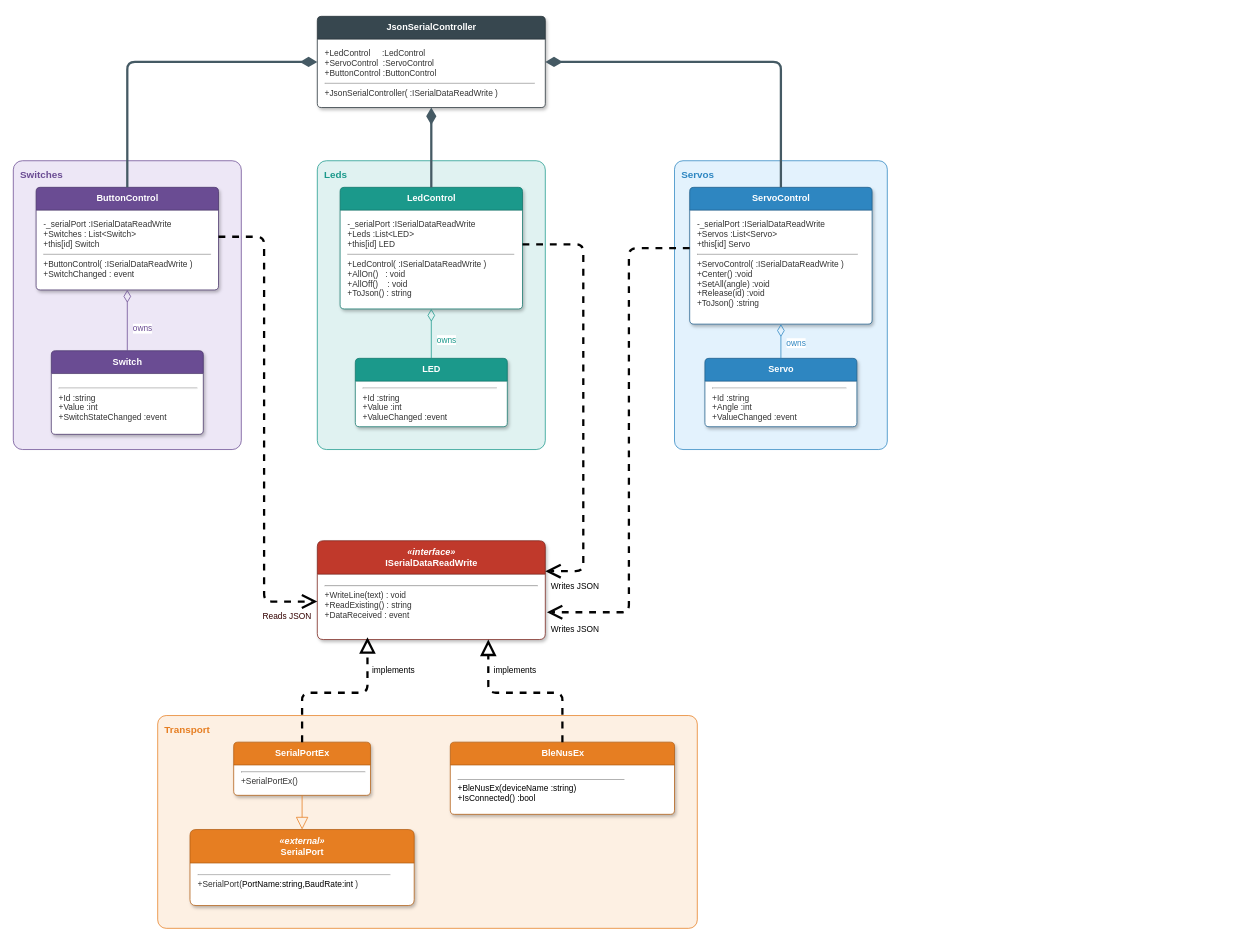
This is SerialLedBtnLibEx/Images/ClassDiagram.drawio from rlangoy/PB1151vSnippets, a draw.io file, before an edit. Source tidied: cells renumbered, new cells numbered last; positions are measured from the earlier drawing's top-left corner, leaving out a move shared by most shapes. Both pictures are drawn from the tidied source at 76%, with x=0, y=0 at pixel (13, 16).
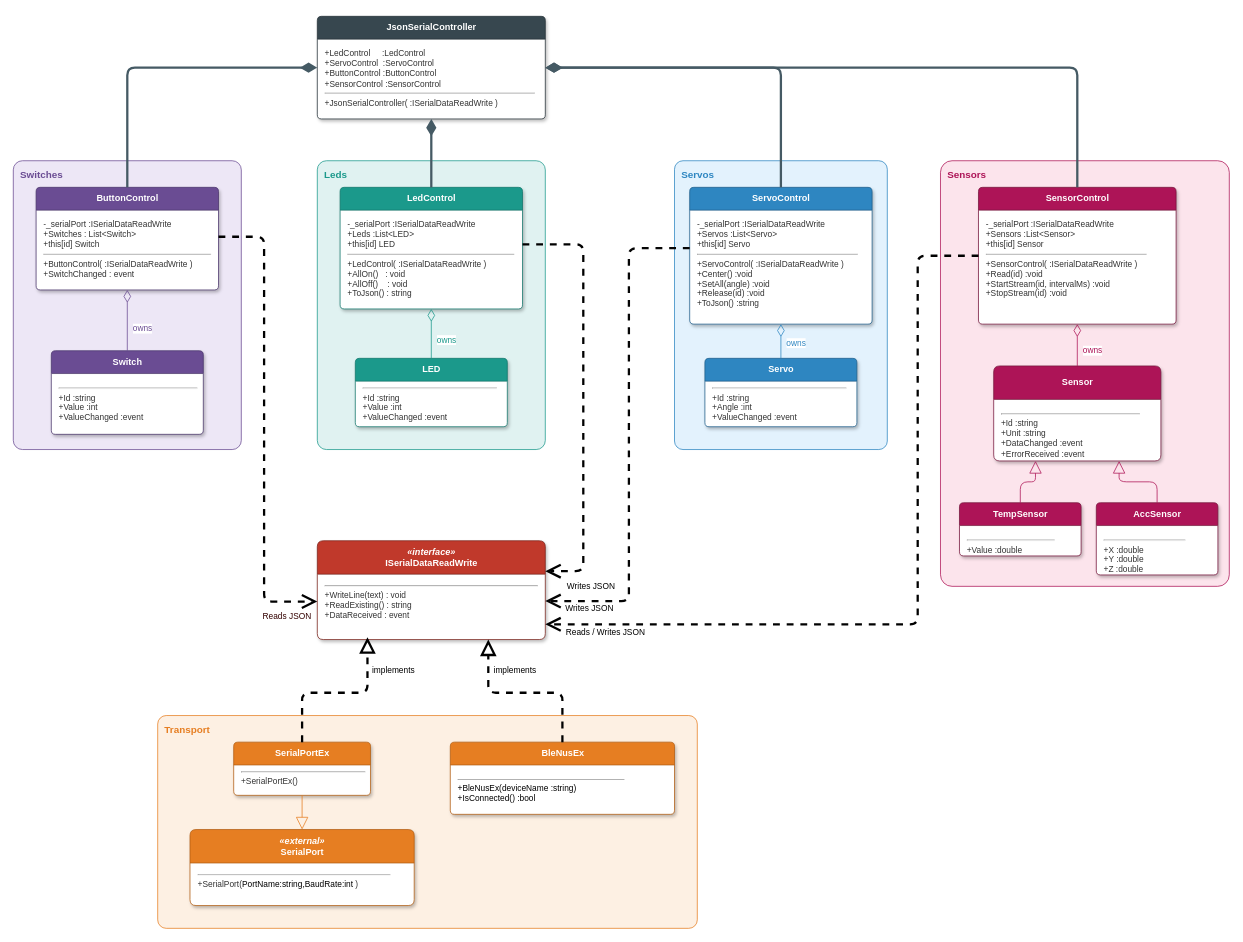
The same diagram, later.

Commit message (it also covers changes not shown here):
Rename sensor event to DataChanged and fix serial receive data loss

The change refers to these unchanged cells:
```xml
<mxCell id="10" value="Switch" style="swimlane;rounded=1;arcSize=6;html=1;startSize=30;fillColor=#6A4C93;strokeColor=#4A356B;fontColor=#ffffff;fontStyle=1;fontSize=12;align=center;verticalAlign=middle;swimlaneFillColor=#ffffff;shadow=1;" parent="1" vertex="1">
  <mxGeometry x="50" y="440" width="200" height="110" as="geometry" />
</mxCell>
<mxCell id="12" value="LedControl" style="swimlane;rounded=1;arcSize=6;html=1;startSize=30;fillColor=#1B998B;strokeColor=#12766B;fontColor=#ffffff;fontStyle=1;fontSize=12;align=center;verticalAlign=middle;swimlaneFillColor=#ffffff;shadow=1;" parent="1" vertex="1">
  <mxGeometry x="430" y="225" width="240" height="160" as="geometry" />
</mxCell>
<mxCell id="16" value="ServoControl" style="swimlane;rounded=1;arcSize=6;html=1;startSize=30;fillColor=#2E86C1;strokeColor=#1F5F8B;fontColor=#ffffff;fontStyle=1;fontSize=12;align=center;verticalAlign=middle;swimlaneFillColor=#ffffff;shadow=1;" parent="1" vertex="1">
  <mxGeometry x="890" y="225" width="240" height="180" as="geometry" />
</mxCell>
<mxCell id="26" value="&lt;i&gt;«interface»&lt;/i&gt;&lt;br&gt;ISerialDataReadWrite" style="swimlane;rounded=1;arcSize=6;html=1;startSize=44;fillColor=#C0392B;strokeColor=#7B241C;fontColor=#ffffff;fontStyle=1;fontSize=12;align=center;verticalAlign=middle;swimlaneFillColor=#ffffff;shadow=1;" parent="1" vertex="1">
  <mxGeometry x="400" y="690" width="300" height="130" as="geometry" />
</mxCell>
<mxCell id="27" value="&lt;hr&gt;+WriteLine(text) : void&amp;nbsp; &amp;nbsp; &amp;nbsp; &amp;nbsp; &amp;nbsp; &amp;nbsp; &amp;nbsp; &amp;nbsp; &amp;nbsp; &amp;nbsp; &amp;nbsp; &amp;nbsp; &amp;nbsp; &amp;nbsp; &amp;nbsp; &amp;nbsp; &amp;nbsp; &amp;nbsp; &amp;nbsp; &amp;nbsp; &amp;nbsp; &amp;nbsp; &amp;nbsp; &amp;nbsp; &amp;nbsp; &amp;nbsp; &amp;nbsp; &amp;nbsp; &amp;nbsp;&lt;br&gt;+ReadExisting() : string&lt;br&gt;+DataReceived : event" style="text;html=1;whiteSpace=wrap;align=left;verticalAlign=top;spacingLeft=8;spacingTop=6;spacingRight=6;fillColor=none;strokeColor=none;fontColor=#333333;fontSize=11;overflow=hidden;" parent="26" vertex="1">
  <mxGeometry y="40" width="300" height="90" as="geometry" />
</mxCell>
```

Change to the diagram source:
```diff
@@
     <mxCell id="6" value="JsonSerialController" style="swimlane;rounded=1;arcSize=6;html=1;startSize=30;fillColor=#37474F;strokeColor=#263238;fontColor=#ffffff;fontStyle=1;fontSize=12;align=center;verticalAlign=middle;swimlaneFillColor=#ffffff;shadow=1;" parent="1" vertex="1">
-      <mxGeometry x="400" width="300" height="120" as="geometry" />
+      <mxGeometry x="400" width="300" height="135" as="geometry" />
     </mxCell>
-    <mxCell id="7" value="+LedControl&amp;nbsp; &amp;nbsp; &amp;nbsp;:LedControl&lt;br&gt;+ServoControl&amp;nbsp; :ServoControl&lt;br&gt;+ButtonControl :ButtonControl&lt;hr size=&quot;&quot;&gt;+JsonSerialController( :ISerialDataReadWrite&amp;nbsp;)&amp;nbsp; &amp;nbsp; &amp;nbsp; &amp;nbsp; &amp;nbsp; &amp;nbsp; &amp;nbsp; &amp;nbsp;&amp;nbsp;" style="text;html=1;whiteSpace=wrap;align=left;verticalAlign=top;spacingLeft=8;spacingTop=6;spacingRight=6;fillColor=none;strokeColor=none;fontColor=#333333;fontSize=11;overflow=hidden;" parent="6" vertex="1">
-      <mxGeometry y="30" width="300" height="90" as="geometry" />
+    <mxCell id="7" value="+LedControl&amp;nbsp; &amp;nbsp; &amp;nbsp;:LedControl&lt;br&gt;+ServoControl&amp;nbsp; :ServoControl&lt;br&gt;+ButtonControl :ButtonControl&lt;br&gt;+SensorControl :SensorControl&lt;hr size=&quot;&quot;&gt;+JsonSerialController( :ISerialDataReadWrite&amp;nbsp;)&amp;nbsp; &amp;nbsp; &amp;nbsp; &amp;nbsp; &amp;nbsp; &amp;nbsp; &amp;nbsp; &amp;nbsp;&amp;nbsp;" style="text;html=1;whiteSpace=wrap;align=left;verticalAlign=top;spacingLeft=8;spacingTop=6;spacingRight=6;fillColor=none;strokeColor=none;fontColor=#333333;fontSize=11;overflow=hidden;" parent="6" vertex="1">
+      <mxGeometry y="30" width="300" height="105" as="geometry" />
     </mxCell>
@@
-    <mxCell id="11" value="&lt;hr&gt;+Id :string&amp;nbsp; &amp;nbsp; &amp;nbsp; &amp;nbsp; &amp;nbsp; &amp;nbsp; &amp;nbsp; &amp;nbsp; &amp;nbsp; &amp;nbsp; &amp;nbsp; &amp;nbsp; &amp;nbsp; &amp;nbsp; &amp;nbsp; &amp;nbsp; &amp;nbsp; &amp;nbsp; &amp;nbsp; &amp;nbsp; &amp;nbsp; &amp;nbsp;&amp;nbsp;&lt;br&gt;+Value :int&lt;br&gt;+SwitchStateChanged :event" style="text;html=1;whiteSpace=wrap;align=left;verticalAlign=top;spacingLeft=8;spacingTop=6;spacingRight=6;fillColor=none;strokeColor=none;fontColor=#333333;fontSize=11;overflow=hidden;" parent="10" vertex="1">
+    <mxCell id="11" value="&lt;hr&gt;+Id :string&amp;nbsp; &amp;nbsp; &amp;nbsp; &amp;nbsp; &amp;nbsp; &amp;nbsp; &amp;nbsp; &amp;nbsp; &amp;nbsp; &amp;nbsp; &amp;nbsp; &amp;nbsp; &amp;nbsp; &amp;nbsp; &amp;nbsp; &amp;nbsp; &amp;nbsp; &amp;nbsp; &amp;nbsp; &amp;nbsp; &amp;nbsp; &amp;nbsp;&amp;nbsp;&lt;br&gt;+Value :int&lt;br&gt;+ValueChanged&lt;span style=&quot;background-color: initial;&quot;&gt;&amp;nbsp;:event&lt;/span&gt;" style="text;html=1;whiteSpace=wrap;align=left;verticalAlign=top;spacingLeft=8;spacingTop=6;spacingRight=6;fillColor=none;strokeColor=none;fontColor=#333333;fontSize=11;overflow=hidden;" parent="10" vertex="1">
       <mxGeometry y="30" width="200" height="80" as="geometry" />
     </mxCell>
@@
     <mxCell id="35" value="Writes JSON" style="endArrow=open;dashed=1;html=1;edgeStyle=orthogonalEdgeStyle;rounded=1;strokeColor=#000000;fontColor=#000000;fillColor=#76608a;strokeWidth=3;entryX=1;entryY=0.308;entryDx=0;entryDy=0;entryPerimeter=0;endSize=14;" parent="1" edge="1" source="12" target="26">
-      <mxGeometry x="0.86" y="20" relative="1" as="geometry">
+      <mxGeometry x="0.82" y="22" relative="1" as="geometry">
         <Array as="points">
           <mxPoint x="750" y="300" />
           <mxPoint x="750" y="730" />
         </Array>
+        <mxPoint x="10" y="-2" as="offset" />
       </mxGeometry>
     </mxCell>
-    <mxCell id="36" value="Writes JSON" style="endArrow=open;dashed=1;html=1;edgeStyle=orthogonalEdgeStyle;rounded=1;strokeColor=#050505;fontColor=#000000;strokeWidth=3;endSize=14;entryX=1.007;entryY=0.601;entryDx=0;entryDy=0;entryPerimeter=0;" parent="1" edge="1" source="16" target="27">
-      <mxGeometry x="0.89" y="22" relative="1" as="geometry">
+    <mxCell id="36" value="Writes JSON" style="endArrow=open;dashed=1;html=1;edgeStyle=orthogonalEdgeStyle;rounded=1;strokeColor=#050505;fontColor=#000000;strokeWidth=3;endSize=14;entryX=1;entryY=0.438;entryDx=0;entryDy=0;entryPerimeter=0;" parent="1" edge="1" source="16" target="27">
+      <mxGeometry x="0.82" y="10" relative="1" as="geometry">
         <Array as="points">
           <mxPoint x="810" y="305" />
-          <mxPoint x="810" y="784" />
-          <mxPoint x="702" y="784" />
+          <mxPoint x="810" y="770" />
+          <mxPoint x="700" y="770" />
         </Array>
       </mxGeometry>
     </mxCell>
@@
+    <mxCell id="40" value="&amp;nbsp; Sensors" style="rounded=1;arcSize=4;html=1;verticalAlign=top;align=left;fontStyle=1;fontSize=13;fillColor=#FCE4EC;strokeColor=#AD1457;fontColor=#AD1457;dashed=0;spacingTop=4;" parent="1" vertex="1">
+      <mxGeometry x="1220" y="190" width="380" height="560" as="geometry" />
+    </mxCell>
+    <mxCell id="41" value="SensorControl" style="swimlane;rounded=1;arcSize=6;html=1;startSize=30;fillColor=#AD1457;strokeColor=#78173E;fontColor=#ffffff;fontStyle=1;fontSize=12;align=center;verticalAlign=middle;swimlaneFillColor=#ffffff;shadow=1;" parent="1" vertex="1">
+      <mxGeometry x="1270" y="225" width="260" height="180" as="geometry" />
+    </mxCell>
+    <mxCell id="42" value="-_serialPort :ISerialDataReadWrite&lt;br&gt;+Sensors :List&amp;lt;Sensor&amp;gt;&lt;br&gt;+this[id] Sensor&lt;hr size=&quot;&quot;&gt;+SensorControl( :ISerialDataReadWrite )&amp;nbsp; &amp;nbsp;&amp;nbsp;&lt;br&gt;+Read(id) :void&lt;br&gt;+StartStream(id, intervalMs) :void&lt;br&gt;+StopStream(id) :void&lt;br&gt;" style="text;html=1;whiteSpace=wrap;align=left;verticalAlign=top;spacingLeft=8;spacingTop=6;spacingRight=6;fillColor=none;strokeColor=none;fontColor=#333333;fontSize=11;overflow=hidden;" parent="41" vertex="1">
+      <mxGeometry y="30" width="260" height="150" as="geometry" />
+    </mxCell>
+    <mxCell id="43" value="Sensor" style="swimlane;rounded=1;arcSize=6;html=1;startSize=44;fillColor=#AD1457;strokeColor=#78173E;fontColor=#ffffff;fontStyle=1;fontSize=12;align=center;verticalAlign=middle;swimlaneFillColor=#ffffff;shadow=1;" parent="1" vertex="1">
+      <mxGeometry x="1290" y="460" width="220" height="125" as="geometry" />
+    </mxCell>
+    <mxCell id="44" value="&lt;hr&gt;+Id :string&amp;nbsp; &amp;nbsp; &amp;nbsp; &amp;nbsp; &amp;nbsp; &amp;nbsp; &amp;nbsp; &amp;nbsp; &amp;nbsp; &amp;nbsp; &amp;nbsp; &amp;nbsp; &amp;nbsp; &amp;nbsp; &amp;nbsp; &amp;nbsp; &amp;nbsp; &amp;nbsp; &amp;nbsp; &amp;nbsp; &amp;nbsp; &amp;nbsp;&amp;nbsp;&lt;br&gt;+Unit :string&lt;br&gt;+DataChanged :event&lt;br&gt;+ErrorReceived :event" style="text;html=1;whiteSpace=wrap;align=left;verticalAlign=top;spacingLeft=8;spacingTop=6;spacingRight=6;fillColor=none;strokeColor=none;fontColor=#333333;fontSize=11;overflow=hidden;" parent="43" vertex="1">
+      <mxGeometry y="44" width="220" height="81" as="geometry" />
+    </mxCell>
+    <mxCell id="45" value="TempSensor" style="swimlane;rounded=1;arcSize=6;html=1;startSize=30;fillColor=#AD1457;strokeColor=#78173E;fontColor=#ffffff;fontStyle=1;fontSize=12;align=center;verticalAlign=middle;swimlaneFillColor=#ffffff;shadow=1;" parent="1" vertex="1">
+      <mxGeometry x="1245" y="640" width="160" height="70" as="geometry" />
+    </mxCell>
+    <mxCell id="46" value="&lt;hr&gt;+Value :double&amp;nbsp; &amp;nbsp; &amp;nbsp; &amp;nbsp; &amp;nbsp; &amp;nbsp; &amp;nbsp;&amp;nbsp;" style="text;html=1;whiteSpace=wrap;align=left;verticalAlign=top;spacingLeft=8;spacingTop=6;spacingRight=6;fillColor=none;strokeColor=none;fontColor=#333333;fontSize=11;overflow=hidden;" parent="45" vertex="1">
+      <mxGeometry y="30" width="160" height="40" as="geometry" />
+    </mxCell>
+    <mxCell id="47" value="AccSensor" style="swimlane;rounded=1;arcSize=6;html=1;startSize=30;fillColor=#AD1457;strokeColor=#78173E;fontColor=#ffffff;fontStyle=1;fontSize=12;align=center;verticalAlign=middle;swimlaneFillColor=#ffffff;shadow=1;" parent="1" vertex="1">
+      <mxGeometry x="1425" y="640" width="160" height="95" as="geometry" />
+    </mxCell>
+    <mxCell id="48" value="&lt;hr&gt;+X :double&amp;nbsp; &amp;nbsp; &amp;nbsp; &amp;nbsp; &amp;nbsp; &amp;nbsp; &amp;nbsp; &amp;nbsp; &amp;nbsp;&amp;nbsp;&lt;br&gt;+Y :double&lt;br&gt;+Z :double" style="text;html=1;whiteSpace=wrap;align=left;verticalAlign=top;spacingLeft=8;spacingTop=6;spacingRight=6;fillColor=none;strokeColor=none;fontColor=#333333;fontSize=11;overflow=hidden;" parent="47" vertex="1">
+      <mxGeometry y="30" width="160" height="65" as="geometry" />
+    </mxCell>
+    <mxCell id="49" style="endArrow=none;startArrow=diamondThin;startFill=1;html=1;edgeStyle=orthogonalEdgeStyle;rounded=1;strokeColor=#455A64;strokeWidth=3;startSize=14;" parent="1" edge="1" source="6" target="41">
+      <mxGeometry relative="1" as="geometry" />
+    </mxCell>
+    <mxCell id="50" value="owns" style="endArrow=none;startArrow=diamondThin;startFill=0;html=1;edgeStyle=orthogonalEdgeStyle;rounded=1;strokeColor=#AD1457;fontColor=#AD1457;startSize=14;" parent="1" edge="1" source="41" target="43">
+      <mxGeometry x="0.27" y="20" relative="1" as="geometry" />
+    </mxCell>
+    <mxCell id="51" style="endArrow=block;endFill=0;html=1;edgeStyle=orthogonalEdgeStyle;rounded=1;strokeColor=#AD1457;endSize=14;exitX=0.5;exitY=0;exitDx=0;exitDy=0;entryX=0.25;entryY=1;entryDx=0;entryDy=0;" parent="1" edge="1" source="45" target="43">
+      <mxGeometry relative="1" as="geometry" />
+    </mxCell>
+    <mxCell id="52" style="endArrow=block;endFill=0;html=1;edgeStyle=orthogonalEdgeStyle;rounded=1;strokeColor=#AD1457;endSize=14;exitX=0.5;exitY=0;exitDx=0;exitDy=0;entryX=0.75;entryY=1;entryDx=0;entryDy=0;" parent="1" edge="1" source="47" target="43">
+      <mxGeometry relative="1" as="geometry" />
+    </mxCell>
+    <mxCell id="53" value="Reads / Writes JSON" style="endArrow=open;dashed=1;html=1;edgeStyle=orthogonalEdgeStyle;rounded=1;strokeColor=#000000;fontColor=#000000;strokeWidth=3;endSize=14;exitX=0;exitY=0.5;exitDx=0;exitDy=0;" parent="1" edge="1" source="41" target="26">
+      <mxGeometry x="0.85" y="10" relative="1" as="geometry">
+        <Array as="points">
+          <mxPoint x="1190" y="315" />
+          <mxPoint x="1190" y="800" />
+        </Array>
+      </mxGeometry>
+    </mxCell>
```
